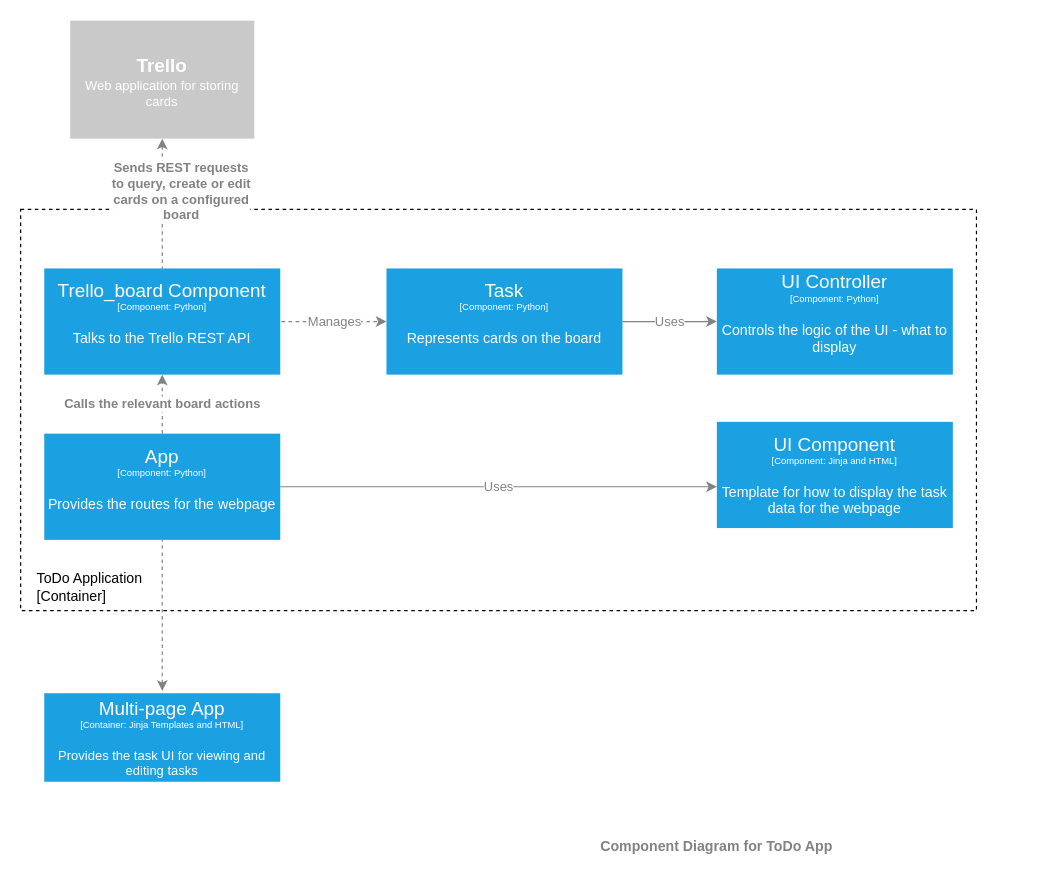
Before: documentation/Todo_system_component.drawio in abedford/DevOps-Course-Starter, a draw.io diagram. Source tidied: cells renumbered, new cells numbered last; positions are measured from the earlier drawing's top-left corner, leaving out a move shared by most shapes. Both pictures are drawn from the tidied source at 118%, with x=0, y=0 at pixel (20, 20).
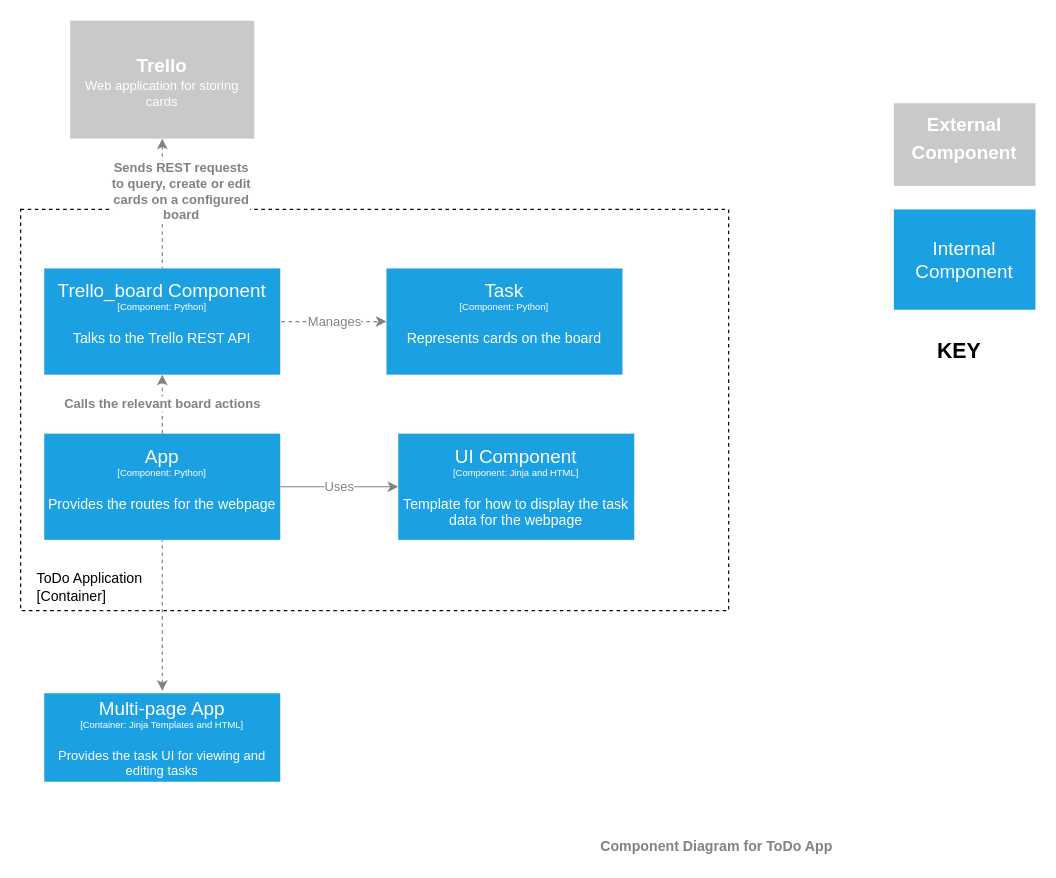
The same page after the edit.

The change refers to these unchanged cells:
```xml
<mxCell id="12" value="&lt;div style=&quot;font-size: 16px&quot;&gt;App &lt;br&gt;&lt;/div&gt;&lt;div style=&quot;font-size: 8px&quot;&gt;&lt;font style=&quot;font-size: 8px&quot;&gt;[Component: Python]&lt;/font&gt;&lt;/div&gt;&lt;div&gt;&lt;br&gt;&lt;/div&gt;&lt;div&gt;Provides the routes for the webpage&lt;/div&gt;&lt;div&gt;&lt;br&gt;&lt;/div&gt;" style="rounded=0;whiteSpace=wrap;html=1;fillColor=#1ba1e2;fontColor=#ffffff;strokeColor=none;" parent="1" vertex="1">
  <mxGeometry x="20" y="350" width="200" height="90" as="geometry" />
</mxCell>
<mxCell id="18" value="&lt;div style=&quot;font-size: 16px&quot;&gt;Task&lt;br&gt;&lt;/div&gt;&lt;div style=&quot;font-size: 8px&quot;&gt;&lt;font style=&quot;font-size: 8px&quot;&gt;[Component: Python]&lt;/font&gt;&lt;/div&gt;&lt;div&gt;&lt;br&gt;&lt;/div&gt;&lt;div&gt;Represents cards on the board&lt;br&gt;&lt;/div&gt;&lt;div&gt;&lt;br&gt;&lt;/div&gt;" style="rounded=0;whiteSpace=wrap;html=1;fillColor=#1ba1e2;fontColor=#ffffff;strokeColor=none;" parent="1" vertex="1">
  <mxGeometry x="310" y="210" width="200" height="90" as="geometry" />
</mxCell>
```

The edit, as a diff of the source:
```diff
@@
     <mxCell id="2" style="whiteSpace=wrap;html=1;fontColor=#828282;fillColor=none;gradientColor=none;dashed=1;imageAspect=0;" parent="1" vertex="1">
-      <mxGeometry y="160" width="810" height="340" as="geometry" />
+      <mxGeometry y="160" width="600" height="340" as="geometry" />
     </mxCell>
@@
     <mxCell id="5" value="&lt;div style=&quot;font-size: 16px&quot;&gt;UI Component&lt;br&gt;&lt;/div&gt;&lt;div style=&quot;font-size: 8px&quot;&gt;&lt;font style=&quot;font-size: 8px&quot;&gt;[Component: Jinja and HTML]&lt;/font&gt;&lt;/div&gt;&lt;div&gt;&lt;br&gt;&lt;/div&gt;Template for how to display the task data for the webpage" style="rounded=0;whiteSpace=wrap;html=1;fillColor=#1ba1e2;fontColor=#ffffff;strokeColor=none;" parent="1" vertex="1">
-      <mxGeometry x="590" y="340" width="200" height="90" as="geometry" />
+      <mxGeometry x="320" y="350" width="200" height="90" as="geometry" />
     </mxCell>
@@
-    <mxCell id="16" value="&lt;font color=&quot;#828282&quot;&gt;Uses&lt;/font&gt;" style="edgeStyle=orthogonalEdgeStyle;rounded=0;jettySize=auto;html=1;startArrow=classic;startFill=1;endArrow=none;endFill=0;strokeColor=#828282;" parent="1" edge="1" source="17" target="18">
-      <mxGeometry relative="1" as="geometry" />
-    </mxCell>
-    <mxCell id="17" value="&lt;div style=&quot;font-size: 16px&quot;&gt;UI Controller&lt;br&gt;&lt;/div&gt;&lt;div style=&quot;font-size: 8px&quot;&gt;&lt;font style=&quot;font-size: 8px&quot;&gt;[Component: Python]&lt;/font&gt;&lt;/div&gt;&lt;div&gt;&lt;br&gt;&lt;/div&gt;&lt;div&gt;Controls the logic of the UI - what to display&lt;br&gt;&lt;/div&gt;&lt;div&gt;&lt;br&gt;&lt;/div&gt;" style="rounded=0;whiteSpace=wrap;html=1;fillColor=#1ba1e2;fontColor=#ffffff;strokeColor=none;" parent="1" vertex="1">
-      <mxGeometry x="590" y="210" width="200" height="90" as="geometry" />
-    </mxCell>
@@
     <mxCell id="19" value="&lt;font color=&quot;#828282&quot;&gt;Uses&lt;/font&gt;" style="edgeStyle=orthogonalEdgeStyle;rounded=0;jettySize=auto;html=1;exitX=1;exitY=0.5;exitDx=0;exitDy=0;strokeColor=#828282;" parent="1" edge="1" source="12">
       <mxGeometry relative="1" as="geometry">
-        <mxPoint x="590" y="395" as="targetPoint" />
+        <mxPoint x="320" y="395" as="targetPoint" />
         <Array as="points">
-          <mxPoint x="590" y="395" />
+          <mxPoint x="260" y="395" />
+          <mxPoint x="260" y="395" />
         </Array>
       </mxGeometry>
     </mxCell>
@@
+    <mxCell id="21" value="&lt;div&gt;&lt;/div&gt;&lt;font&gt;&lt;span style=&quot;font-size: 16px&quot;&gt;Internal Component&lt;/span&gt;&lt;br&gt;&lt;/font&gt;" style="rounded=0;whiteSpace=wrap;html=1;fillColor=#1ba1e2;fontColor=#ffffff;strokeColor=none;" parent="1" vertex="1">
+      <mxGeometry x="740" y="160" width="120" height="85" as="geometry" />
+    </mxCell>
+    <mxCell id="22" value="&lt;div style=&quot;font-size: 20px&quot;&gt;&lt;font size=&quot;1&quot;&gt;&lt;b&gt;&lt;font style=&quot;font-size: 16px&quot; color=&quot;#FFFFFF&quot;&gt;External Component&lt;/font&gt;&lt;/b&gt;&lt;/font&gt;&lt;/div&gt;&lt;div style=&quot;font-size: 11px&quot;&gt;&lt;font style=&quot;font-size: 11px&quot; color=&quot;#FFFFFF&quot;&gt;&lt;br&gt;&lt;/font&gt;&lt;/div&gt;" style="rounded=0;whiteSpace=wrap;html=1;strokeColor=none;fillColor=#C9C9C9;" parent="1" vertex="1">
+      <mxGeometry x="740" y="70" width="120" height="70" as="geometry" />
+    </mxCell>
+    <mxCell id="23" value="&lt;b&gt;&lt;font style=&quot;font-size: 18px&quot;&gt;KEY&lt;/font&gt;&lt;/b&gt;" style="text;html=1;align=center;verticalAlign=middle;fillColor=none;strokeColor=none;rounded=0;" parent="1" vertex="1">
+      <mxGeometry x="770" y="270" width="50" height="20" as="geometry" />
+    </mxCell>
```
